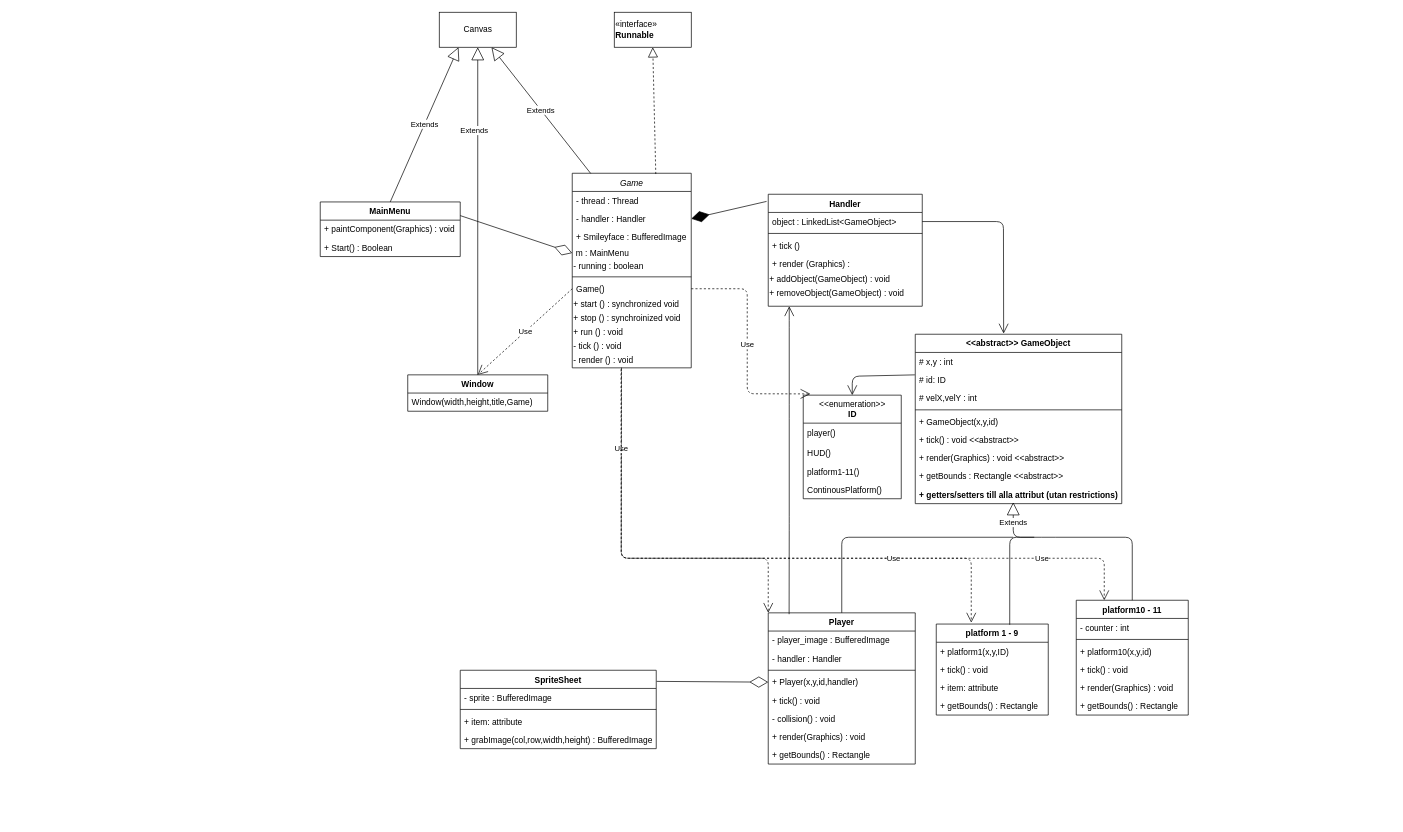
Earlier version of the draw.io diagram Untitled Diagram.drawio (elinhagman/DIT953-lab1). Source tidied: cells renumbered, new cells numbered last; positions are measured from the earlier drawing's top-left corner, leaving out a move shared by most shapes. Both pictures are drawn from the tidied source at 70%, with x=0, y=0 at pixel (320, 12).
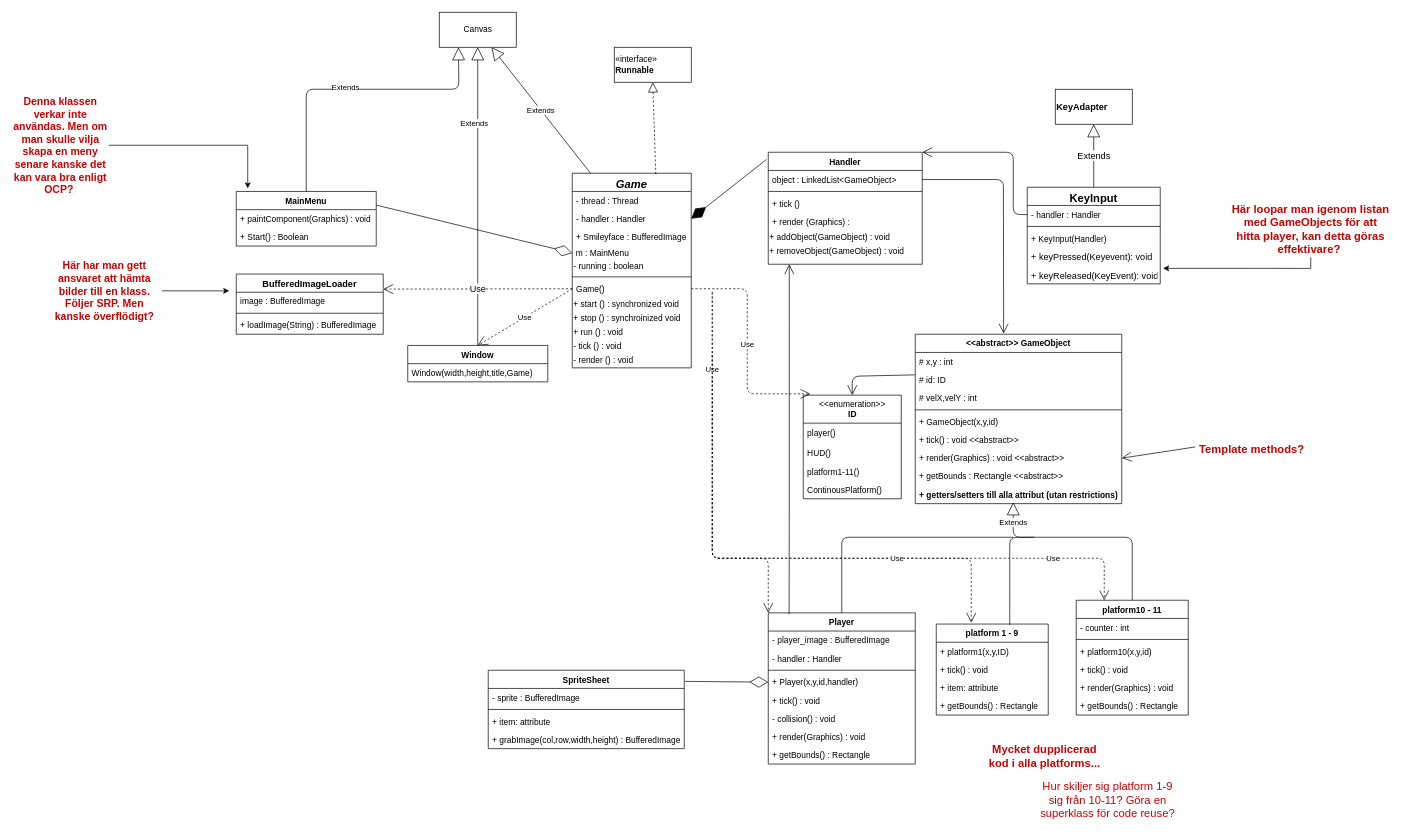
After the change.

The change refers to these unchanged cells:
```xml
<mxCell id="9" value="Game()" style="text;align=left;verticalAlign=top;spacingLeft=4;spacingRight=4;overflow=hidden;points=[[0,0.5],[1,0.5]];portConstraint=eastwest;" parent="2" vertex="1">
  <mxGeometry y="152" width="170" height="26" as="geometry" />
</mxCell>
<mxCell id="14" value="- render () : void" style="text;html=1;strokeColor=none;fillColor=none;align=left;verticalAlign=middle;whiteSpace=wrap;rounded=0;" parent="2" vertex="1">
  <mxGeometry y="258" width="170" height="20" as="geometry" />
</mxCell>
<mxCell id="16" value="object : LinkedList&lt;GameObject&gt;" style="text;align=left;verticalAlign=top;spacingLeft=4;spacingRight=4;overflow=hidden;points=[[0,0.5],[1,0.5]];portConstraint=eastwest;" parent="15" vertex="1">
  <mxGeometry y="26" width="220" height="26" as="geometry" />
</mxCell>
<mxCell id="22" value="&lt;&lt;abstract&gt;&gt; GameObject" style="swimlane;fontStyle=1;align=center;verticalAlign=top;horizontal=1;startSize=26;" parent="1" vertex="1">
  <mxGeometry x="850" y="460" width="295" height="242" as="geometry" />
</mxCell>
<mxCell id="29" value="+ render(Graphics) : void &lt;&lt;abstract&gt;&gt;" style="text;strokeColor=none;fillColor=none;align=left;verticalAlign=top;spacingLeft=4;spacingRight=4;overflow=hidden;points=[[0,0.5],[1,0.5]];portConstraint=eastwest;" parent="22" vertex="1">
  <mxGeometry y="164" width="295" height="26" as="geometry" />
</mxCell>
<mxCell id="38" value="Canvas" style="html=1;" parent="1" vertex="1">
  <mxGeometry x="170" width="110" height="50" as="geometry" />
</mxCell>
<mxCell id="52" value="platform10 - 11" style="swimlane;fontStyle=1;align=center;verticalAlign=top;horizontal=1;startSize=26;" parent="1" vertex="1">
  <mxGeometry x="1080" y="840" width="160" height="164" as="geometry" />
</mxCell>
<mxCell id="61" value="Player" style="swimlane;fontStyle=1;align=center;verticalAlign=top;horizontal=1;startSize=26;" parent="1" vertex="1">
  <mxGeometry x="640" y="858" width="210" height="216" as="geometry" />
</mxCell>
```

Change to the diagram source:
```diff
@@
-    <mxCell id="2" value="Game" style="swimlane;fontStyle=2;align=center;verticalAlign=top;horizontal=1;startSize=26;rounded=0;shadow=0;strokeWidth=1;" parent="1" vertex="1">
+    <mxCell id="2" value="Game" style="swimlane;fontStyle=3;align=center;verticalAlign=top;horizontal=1;startSize=26;rounded=0;shadow=0;strokeWidth=1;fontSize=16;" parent="1" vertex="1">
       <mxGeometry x="360" y="230" width="170" height="278" as="geometry" />
     </mxCell>
@@
     <mxCell id="15" value="Handler" style="swimlane;fontStyle=1;align=center;verticalAlign=top;horizontal=1;startSize=26;rounded=0;shadow=0;strokeWidth=1;" parent="1" vertex="1">
-      <mxGeometry x="640" y="260" width="220" height="160" as="geometry" />
+      <mxGeometry x="640" y="200" width="220" height="160" as="geometry" />
     </mxCell>
@@
     <mxCell id="39" value="«interface»&lt;br&gt;&lt;b&gt;Runnable&lt;/b&gt;" style="html=1;align=left;" parent="1" vertex="1">
-      <mxGeometry x="420" width="110" height="50" as="geometry" />
+      <mxGeometry x="420" y="50" width="110" height="50" as="geometry" />
     </mxCell>
@@
     <mxCell id="41" style="endArrow=open;endFill=1;endSize=12;html=1;entryX=0.428;entryY=-0.004;entryDx=0;entryDy=0;entryPerimeter=0;exitX=1;exitY=0.5;exitDx=0;exitDy=0;" parent="1" edge="1" source="16" target="22">
       <mxGeometry relative="1" as="geometry">
         <Array as="points">
+          <mxPoint x="976" y="239" />
           <mxPoint x="976" y="299" />
         </Array>
       </mxGeometry>
     </mxCell>
@@
     <mxCell id="43" value="MainMenu" style="swimlane;fontStyle=1;align=center;verticalAlign=top;horizontal=1;startSize=26;" parent="1" vertex="1">
-      <mxGeometry y="271" width="200" height="78" as="geometry" />
+      <mxGeometry x="-120" y="256" width="200" height="78" as="geometry" />
     </mxCell>
@@
     <mxCell id="46" value="Extends" style="endArrow=block;endSize=16;endFill=0;html=1;entryX=0.25;entryY=1;entryDx=0;entryDy=0;exitX=0.5;exitY=0;exitDx=0;exitDy=0;" parent="1" edge="1" source="43" target="38">
-      <mxGeometry relative="1" as="geometry" />
+      <mxGeometry x="-0.05" y="2" relative="1" as="geometry">
+        <Array as="points">
+          <mxPoint x="-20" y="110" />
+          <mxPoint x="198" y="110" />
+        </Array>
+        <mxPoint x="1" as="offset" />
+      </mxGeometry>
     </mxCell>
@@
     <mxCell id="72" value="Window" style="swimlane;fontStyle=1;align=center;verticalAlign=top;horizontal=1;startSize=26;" parent="1" vertex="1">
-      <mxGeometry x="125" y="518" width="200" height="52" as="geometry" />
+      <mxGeometry x="125" y="476" width="200" height="52" as="geometry" />
     </mxCell>
@@
     <mxCell id="75" style="endArrow=open;endFill=1;endSize=12;html=1;exitX=0.142;exitY=0.009;exitDx=0;exitDy=0;exitPerimeter=0;" parent="1" edge="1" source="61">
       <mxGeometry relative="1" as="geometry">
-        <mxPoint x="670" y="420" as="targetPoint" />
+        <mxPoint x="670" y="360" as="targetPoint" />
         <Array as="points">
           <mxPoint x="670" y="730" />
           <mxPoint x="670" y="570" />
           <mxPoint x="670" y="440" />
         </Array>
       </mxGeometry>
     </mxCell>
-    <mxCell id="76" value="Use" style="endArrow=open;endSize=12;dashed=1;html=1;exitX=0.414;exitY=0.983;exitDx=0;exitDy=0;exitPerimeter=0;entryX=0;entryY=0;entryDx=0;entryDy=0;" parent="1" edge="1" source="14" target="61">
+    <mxCell id="76" value="Use" style="endArrow=open;endSize=12;dashed=1;html=1;entryX=0;entryY=0;entryDx=0;entryDy=0;" parent="1" edge="1" target="61">
       <mxGeometry x="-0.59" relative="1" as="geometry">
+        <mxPoint x="560" y="400" as="sourcePoint" />
         <Array as="points">
-          <mxPoint x="430" y="780" />
+          <mxPoint x="560" y="780" />
           <mxPoint x="640" y="780" />
         </Array>
         <mxPoint y="1" as="offset" />
       </mxGeometry>
     </mxCell>
     <mxCell id="77" value="SpriteSheet" style="swimlane;fontStyle=1;align=center;verticalAlign=top;horizontal=1;startSize=26;" parent="1" vertex="1">
-      <mxGeometry x="200" y="940" width="280" height="112" as="geometry" />
+      <mxGeometry x="240" y="940" width="280" height="112" as="geometry" />
     </mxCell>
@@
     <mxCell id="86" value="Use" style="endArrow=open;endSize=12;dashed=1;html=1;entryX=0.25;entryY=0;entryDx=0;entryDy=0;" parent="1" edge="1" target="52">
       <mxGeometry x="0.71" relative="1" as="geometry">
-        <mxPoint x="430" y="510" as="sourcePoint" />
+        <mxPoint x="560" y="490" as="sourcePoint" />
         <Array as="points">
-          <mxPoint x="430" y="600" />
-          <mxPoint x="430" y="780" />
-          <mxPoint x="570" y="780" />
+          <mxPoint x="560" y="620" />
+          <mxPoint x="560" y="780" />
           <mxPoint x="840" y="780" />
           <mxPoint x="1120" y="780" />
         </Array>
         <mxPoint x="-1" as="offset" />
       </mxGeometry>
     </mxCell>
     <mxCell id="87" value="Use" style="endArrow=open;endSize=12;dashed=1;html=1;" parent="1" edge="1">
       <mxGeometry x="0.53" relative="1" as="geometry">
-        <mxPoint x="430" y="510" as="sourcePoint" />
+        <mxPoint x="560" y="400" as="sourcePoint" />
         <mxPoint x="930" y="872" as="targetPoint" />
         <Array as="points">
-          <mxPoint x="430" y="780" />
+          <mxPoint x="560" y="780" />
           <mxPoint x="610" y="780" />
           <mxPoint x="930" y="780" />
         </Array>
       </mxGeometry>
     </mxCell>
+    <mxCell id="88" value="Template methods?" style="text;strokeColor=none;fillColor=none;align=left;verticalAlign=top;spacingLeft=4;spacingRight=4;overflow=hidden;points=[[0,0.5],[1,0.5]];portConstraint=eastwest;fontStyle=1;fontSize=16;fontColor=#CC0000;" parent="1" vertex="1">
+      <mxGeometry x="1250" y="608" width="170" height="26" as="geometry" />
+    </mxCell>
+    <mxCell id="89" style="endArrow=open;endFill=1;endSize=12;html=1;fontSize=16;exitX=0;exitY=0.5;exitDx=0;exitDy=0;entryX=1;entryY=0.5;entryDx=0;entryDy=0;" parent="1" edge="1" source="88" target="29">
+      <mxGeometry relative="1" as="geometry" />
+    </mxCell>
+    <mxCell id="90" value="&lt;b&gt;&lt;font color=&quot;#cc0000&quot;&gt;Mycket dupplicerad kod i alla platforms...&lt;/font&gt;&lt;/b&gt;" style="text;html=1;strokeColor=none;fillColor=none;align=center;verticalAlign=middle;whiteSpace=wrap;rounded=0;fontSize=16;" parent="1" vertex="1">
+      <mxGeometry x="950" y="1052" width="170" height="20" as="geometry" />
+    </mxCell>
+    <mxCell id="91" value="Hur skiljer sig platform 1-9 sig från 10-11? Göra en superklass för code reuse?" style="text;html=1;strokeColor=none;fillColor=none;align=center;verticalAlign=middle;whiteSpace=wrap;rounded=0;fontSize=16;fontColor=#CC0000;" parent="1" vertex="1">
+      <mxGeometry x="1020" y="1110" width="210" height="30" as="geometry" />
+    </mxCell>
+    <mxCell id="92" value="KeyInput" style="swimlane;fontStyle=1;align=center;verticalAlign=top;horizontal=1;startSize=26;fontSize=16;" parent="1" vertex="1">
+      <mxGeometry x="1010" y="250" width="190" height="138" as="geometry" />
+    </mxCell>
+    <mxCell id="93" value="- handler : Handler" style="text;strokeColor=none;fillColor=none;align=left;verticalAlign=top;spacingLeft=4;spacingRight=4;overflow=hidden;points=[[0,0.5],[1,0.5]];portConstraint=eastwest;" parent="92" vertex="1">
+      <mxGeometry y="26" width="190" height="26" as="geometry" />
+    </mxCell>
+    <mxCell id="94" style="line;strokeWidth=1;fillColor=none;align=left;verticalAlign=middle;spacingTop=-1;spacingLeft=3;spacingRight=3;labelPosition=right;" parent="92" vertex="1">
+      <mxGeometry y="52" width="190" height="8" as="geometry" />
+    </mxCell>
+    <mxCell id="95" value="+ KeyInput(Handler)" style="text;strokeColor=none;fillColor=none;align=left;verticalAlign=top;spacingLeft=4;spacingRight=4;overflow=hidden;" parent="92" vertex="1">
+      <mxGeometry y="60" width="190" height="26" as="geometry" />
+    </mxCell>
+    <mxCell id="96" value="+ keyPressed(Keyevent): void" style="text;strokeColor=none;fillColor=none;align=left;verticalAlign=top;spacingLeft=4;spacingRight=4;overflow=hidden;fontSize=13;fontColor=#000000;" parent="92" vertex="1">
+      <mxGeometry y="86" width="190" height="26" as="geometry" />
+    </mxCell>
+    <mxCell id="97" value="+ keyReleased(KeyEvent): void" style="text;strokeColor=none;fillColor=none;align=left;verticalAlign=top;spacingLeft=4;spacingRight=4;overflow=hidden;points=[[0,0.5],[1,0.5]];portConstraint=eastwest;fontSize=13;fontColor=#000000;" parent="92" vertex="1">
+      <mxGeometry y="112" width="190" height="26" as="geometry" />
+    </mxCell>
+    <mxCell id="98" value="KeyAdapter" style="html=1;fontSize=13;fontColor=#000000;align=left;fontStyle=1;" parent="1" vertex="1">
+      <mxGeometry x="1050" y="110" width="110" height="50" as="geometry" />
+    </mxCell>
+    <mxCell id="99" value="Extends" style="endArrow=block;endSize=16;endFill=0;html=1;fontSize=13;fontColor=#000000;entryX=0.5;entryY=1;entryDx=0;entryDy=0;exitX=0.5;exitY=0;exitDx=0;exitDy=0;" parent="1" edge="1" source="92" target="98">
+      <mxGeometry relative="1" as="geometry" />
+    </mxCell>
+    <mxCell id="100" style="endArrow=open;endFill=1;endSize=12;html=1;fontSize=13;fontColor=#000000;entryX=1;entryY=0;entryDx=0;entryDy=0;exitX=0;exitY=0.5;exitDx=0;exitDy=0;" parent="1" edge="1" source="93" target="15">
+      <mxGeometry relative="1" as="geometry">
+        <Array as="points">
+          <mxPoint x="990" y="289" />
+          <mxPoint x="990" y="200" />
+        </Array>
+      </mxGeometry>
+    </mxCell>
+    <mxCell id="101" style="edgeStyle=orthogonalEdgeStyle;rounded=0;jettySize=auto;html=1;entryX=1.021;entryY=0.149;entryDx=0;entryDy=0;entryPerimeter=0;fontSize=16;fontColor=#990000;" parent="1" edge="1" target="97">
+      <mxGeometry relative="1" as="geometry">
+        <mxPoint x="1415" y="350" as="sourcePoint" />
+        <Array as="points">
+          <mxPoint x="1415" y="366" />
+        </Array>
+      </mxGeometry>
+    </mxCell>
+    <mxCell id="102" value="&lt;b&gt;&lt;font color=&quot;#cc0000&quot;&gt;Här loopar man igenom listan med GameObjects för att hitta player, kan detta göras effektivare?&amp;nbsp;&lt;/font&gt;&lt;/b&gt;" style="text;html=1;strokeColor=none;fillColor=none;align=center;verticalAlign=middle;whiteSpace=wrap;rounded=0;fontSize=16;fontColor=#990000;" parent="1" vertex="1">
+      <mxGeometry x="1300" y="300" width="230" height="20" as="geometry" />
+    </mxCell>
+    <mxCell id="103" value="BufferedImageLoader" style="swimlane;fontStyle=1;align=center;verticalAlign=top;horizontal=1;startSize=26;fontSize=13;" parent="1" vertex="1">
+      <mxGeometry x="-120" y="374" width="210" height="86" as="geometry" />
+    </mxCell>
+    <mxCell id="104" value="image : BufferedImage" style="text;strokeColor=none;fillColor=none;align=left;verticalAlign=top;spacingLeft=4;spacingRight=4;overflow=hidden;" parent="103" vertex="1">
+      <mxGeometry y="26" width="210" height="26" as="geometry" />
+    </mxCell>
+    <mxCell id="105" style="line;strokeWidth=1;fillColor=none;align=left;verticalAlign=middle;spacingTop=-1;spacingLeft=3;spacingRight=3;labelPosition=right;" parent="103" vertex="1">
+      <mxGeometry y="52" width="210" height="8" as="geometry" />
+    </mxCell>
+    <mxCell id="106" value="+ loadImage(String) : BufferedImage" style="text;strokeColor=none;fillColor=none;align=left;verticalAlign=top;spacingLeft=4;spacingRight=4;overflow=hidden;" parent="103" vertex="1">
+      <mxGeometry y="60" width="210" height="26" as="geometry" />
+    </mxCell>
+    <mxCell id="107" value="Use" style="endArrow=open;endSize=12;dashed=1;html=1;fontSize=13;fontColor=#000000;entryX=1;entryY=0.25;entryDx=0;entryDy=0;exitX=0;exitY=0.5;exitDx=0;exitDy=0;" parent="1" edge="1" source="9" target="103">
+      <mxGeometry relative="1" as="geometry" />
+    </mxCell>
+    <mxCell id="108" style="edgeStyle=orthogonalEdgeStyle;rounded=0;jettySize=auto;html=1;fontSize=13;fontColor=#000000;" parent="1" edge="1" source="109">
+      <mxGeometry relative="1" as="geometry">
+        <mxPoint x="-130" y="398" as="targetPoint" />
+      </mxGeometry>
+    </mxCell>
+    <mxCell id="109" value="&lt;font color=&quot;#cc0000&quot; style=&quot;font-size: 15px&quot;&gt;Här har man gett ansvaret att hämta bilder till en klass. Följer SRP. Men kanske överflödigt?&lt;/font&gt;" style="text;html=1;strokeColor=none;fillColor=none;align=center;verticalAlign=middle;whiteSpace=wrap;rounded=0;fontSize=13;fontColor=#000000;fontStyle=1;" parent="1" vertex="1">
+      <mxGeometry x="-390" y="388" width="164" height="20" as="geometry" />
+    </mxCell>
+    <mxCell id="110" style="edgeStyle=orthogonalEdgeStyle;rounded=0;jettySize=auto;html=1;entryX=0.082;entryY=-0.056;entryDx=0;entryDy=0;entryPerimeter=0;fontSize=15;fontColor=#CC0000;" parent="1" edge="1" source="111" target="43">
+      <mxGeometry relative="1" as="geometry" />
+    </mxCell>
+    <mxCell id="111" value="&lt;font style=&quot;font-size: 15px&quot;&gt;Denna klassen verkar inte användas. Men om man skulle vilja skapa en meny senare kanske det kan vara bra enligt OCP?&amp;nbsp;&lt;/font&gt;" style="text;html=1;strokeColor=none;fillColor=none;align=center;verticalAlign=middle;whiteSpace=wrap;rounded=0;fontSize=15;fontColor=#CC0000;fontStyle=1;" parent="1" vertex="1">
+      <mxGeometry x="-440" y="180" width="138" height="20" as="geometry" />
+    </mxCell>
```
